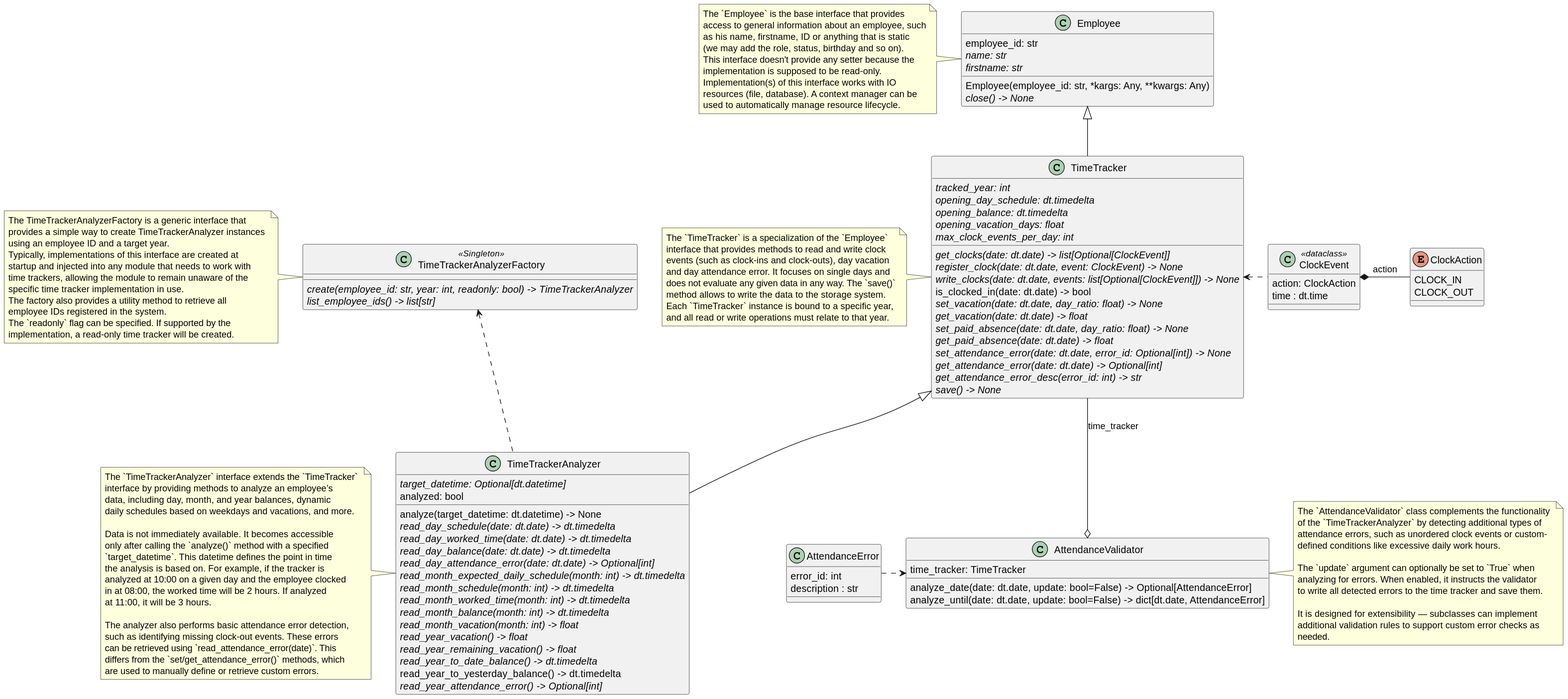
Earlier version of the PlantUML export doc/time_tracker.svg (Mecacerf/TeamBridge).
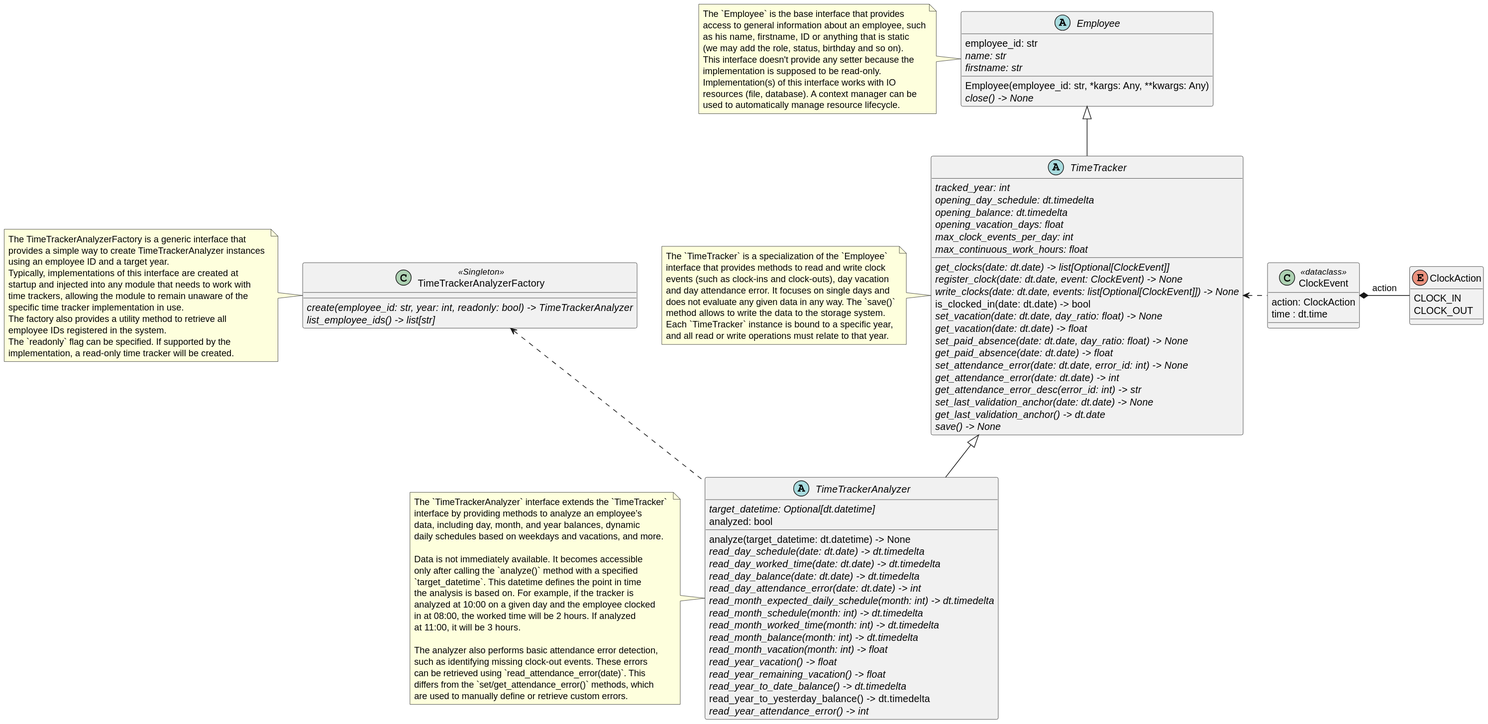
Above is the later version.

Commit message:
feat: attendance validator design

The edit, as a diff of the source:
```diff
@@ -1,5 +1,5 @@
 @startuml
-class "Employee" {
+abstract class "Employee" {
   employee_id: str
   {abstract}name: str
   {abstract}firstname: str
@@ -20,12 +20,13 @@
   used to automatically manage resource lifecycle.
 end note
 
-class "TimeTracker" {
+abstract class "TimeTracker" {
   {abstract}tracked_year: int
   {abstract}opening_day_schedule: dt.timedelta
   {abstract}opening_balance: dt.timedelta
   {abstract}opening_vacation_days: float
   {abstract}max_clock_events_per_day: int
+  {abstract}max_continuous_work_hours: float
 
   {abstract}get_clocks(date: dt.date) -> list[Optional[ClockEvent]]
   {abstract}register_clock(date: dt.date, event: ClockEvent) -> None
@@ -35,9 +36,11 @@
   {abstract}get_vacation(date: dt.date) -> float
   {abstract}set_paid_absence(date: dt.date, day_ratio: float) -> None
   {abstract}get_paid_absence(date: dt.date) -> float
-  {abstract}set_attendance_error(date: dt.date, error_id: Optional[int]) -> None
-  {abstract}get_attendance_error(date: dt.date) -> Optional[int]
+  {abstract}set_attendance_error(date: dt.date, error_id: int) -> None
+  {abstract}get_attendance_error(date: dt.date) -> int
   {abstract}get_attendance_error_desc(error_id: int) -> str
+  {abstract}set_last_validation_anchor(date: dt.date) -> None
+  {abstract}get_last_validation_anchor() -> dt.date
   {abstract}save() -> None
 }
 
@@ -52,7 +55,7 @@
 and all read or write operations must relate to that year.
 end note
 
-class "TimeTrackerAnalyzer" {
+abstract class "TimeTrackerAnalyzer" {
   {abstract}target_datetime: Optional[dt.datetime]
   analyzed: bool
 
@@ -60,7 +63,7 @@
   {abstract}read_day_schedule(date: dt.date) -> dt.timedelta
   {abstract}read_day_worked_time(date: dt.date) -> dt.timedelta
   {abstract}read_day_balance(date: dt.date) -> dt.timedelta
-  {abstract}read_day_attendance_error(date: dt.date) -> Optional[int]
+  {abstract}read_day_attendance_error(date: dt.date) -> int
   {abstract}read_month_expected_daily_schedule(month: int) -> dt.timedelta
   {abstract}read_month_schedule(month: int) -> dt.timedelta
   {abstract}read_month_worked_time(month: int) -> dt.timedelta
@@ -70,7 +73,7 @@
   {abstract}read_year_remaining_vacation() -> float
   {abstract}read_year_to_date_balance() -> dt.timedelta
   read_year_to_yesterday_balance() -> dt.timedelta
-  {abstract}read_year_attendance_error() -> Optional[int]
+  {abstract}read_year_attendance_error() -> int
 }
 
 note left
@@ -110,35 +113,6 @@
 ClockEvent .l.> TimeTracker
 ClockAction -l* ClockEvent : action
 
-class "AttendanceError" {
-  error_id: int
-  description : str
-}
-
-class "AttendanceValidator" {
-  time_tracker: TimeTracker
-  analyze_date(date: dt.date, update: bool=False) -> Optional[AttendanceError]
-  analyze_until(date: dt.date, update: bool=False) -> dict[dt.date, AttendanceError]
-}
-
-note right
-  The `AttendanceValidator` class complements the functionality
-  of the `TimeTrackerAnalyzer` by detecting additional types of
-  attendance errors, such as unordered clock events or custom-
-  defined conditions like excessive daily work hours.
-
-  The `update` argument can optionally be set to `True` when
-  analyzing for errors. When enabled, it instructs the validator
-  to write all detected errors to the time tracker and save them.
-
-  It is designed for extensibility — subclasses can implement
-  additional validation rules to support custom error checks as
-  needed.
-end note
-
-TimeTracker --o AttendanceValidator : time_tracker
-AttendanceError .> AttendanceValidator
-
 class "TimeTrackerAnalyzerFactory" <<Singleton>> {
   {abstract}create(employee_id: str, year: int, readonly: bool) -> TimeTrackerAnalyzer
   {abstract}list_employee_ids() -> list[str]
```
